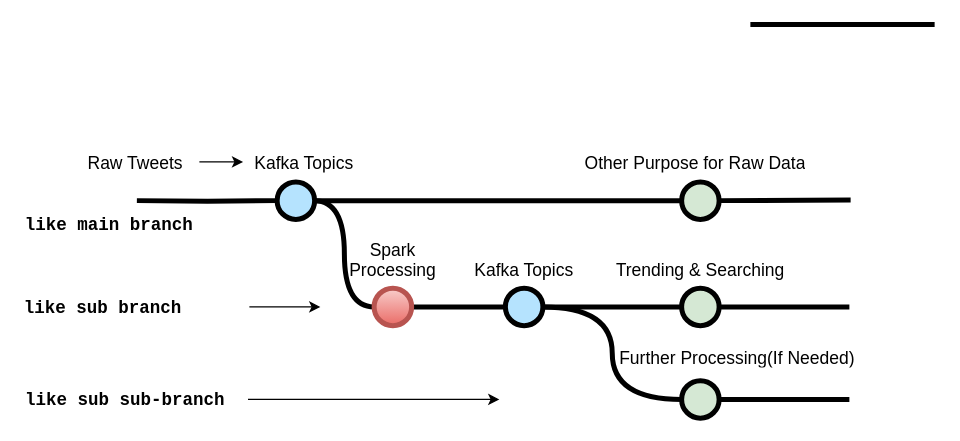
MyLife97/Streaming_Analysis keeps this draw.io diagram as Kafka Data Flow.drawio. Above is the earlier version. Source tidied: cells renumbered, new cells numbered last; positions are measured from the earlier drawing's top-left corner, leaving out a move shared by most shapes. Both pictures are drawn from the tidied source at 125%, with x=0, y=0 at pixel (21, 24).
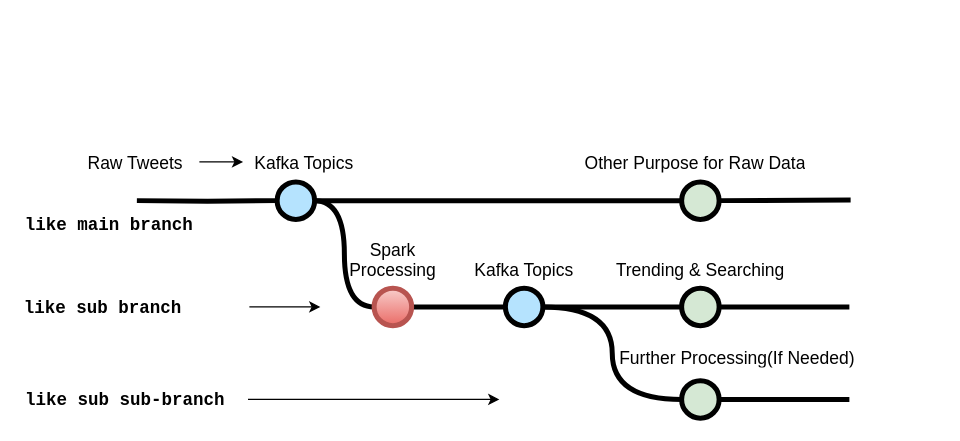
Above is the later version.

Diff of the diagram source:
```diff
@@
-    <mxCell id="19" style="edgeStyle=orthogonalEdgeStyle;rounded=0;orthogonalLoop=1;jettySize=auto;html=1;fontSize=15;endArrow=none;endFill=0;strokeWidth=4;entryX=0;entryY=0.5;entryDx=0;entryDy=0;entryPerimeter=0;" parent="1" edge="1">
-      <mxGeometry relative="1" as="geometry">
-        <mxPoint x="582.8" as="sourcePoint" />
-        <mxPoint x="730.2" as="targetPoint" />
-      </mxGeometry>
-    </mxCell>
```
